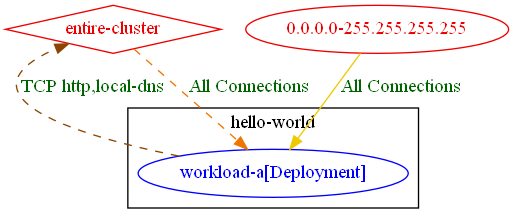
Before: test_outputs/connlist/exposure_test_egress_to_entire_cluster_with_named_ports_connlist_output.dot.png, a diagram exported from Graphviz (np-guard/netpol-analyzer). Its source is kept beside it as test_outputs/connlist/exposure_test_egress_to_entire_cluster_with_named_ports_connlist_output.dot.
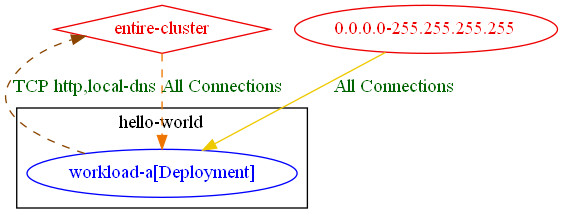
After the commit.

Diff of the diagram source:
```diff
@@ -7,7 +7,7 @@
 	}
 	"0.0.0.0-255.255.255.255" [label="0.0.0.0-255.255.255.255" color="red2" fontcolor="red2"]
 	"entire-cluster" [label="entire-cluster" color="red2" fontcolor="red2" shape=diamond]
-	"0.0.0.0-255.255.255.255" -> "hello-world/workload-a[Deployment]" [label="All Connections" color="gold2" fontcolor="darkgreen"]
+	"0.0.0.0-255.255.255.255" -> "hello-world/workload-a[Deployment]" [label="All Connections" color="gold2" fontcolor="darkgreen" weight=0.5]
 	"entire-cluster" -> "hello-world/workload-a[Deployment]" [label="All Connections" color="darkorange2" fontcolor="darkgreen" weight=1 style=dashed]
 	"hello-world/workload-a[Deployment]" -> "entire-cluster" [label="TCP http,local-dns" color="darkorange4" fontcolor="darkgreen" weight=0.5 style=dashed]
 }
```
